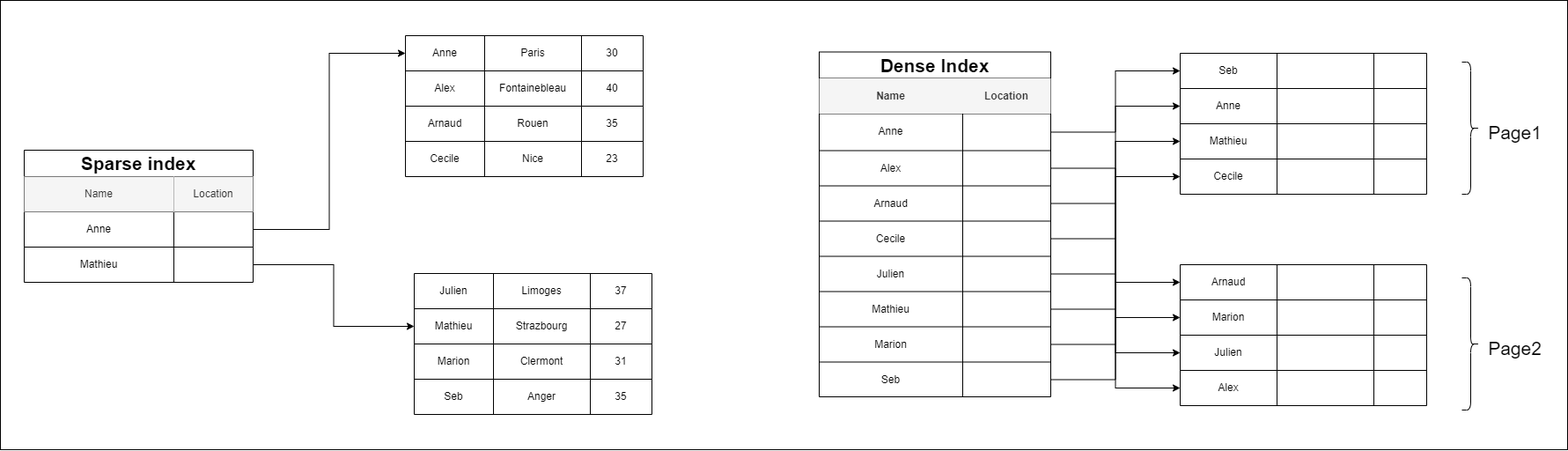
Earlier version of the draw.io export assets/images/mastering_clickhouse-sequential-file.png (HomeOfTheWizard/HomeOfTheWizard.github.io). Source tidied: cells renumbered, new cells last; positions are measured from the earlier drawing's top-left corner, leaving out a move shared by most shapes.
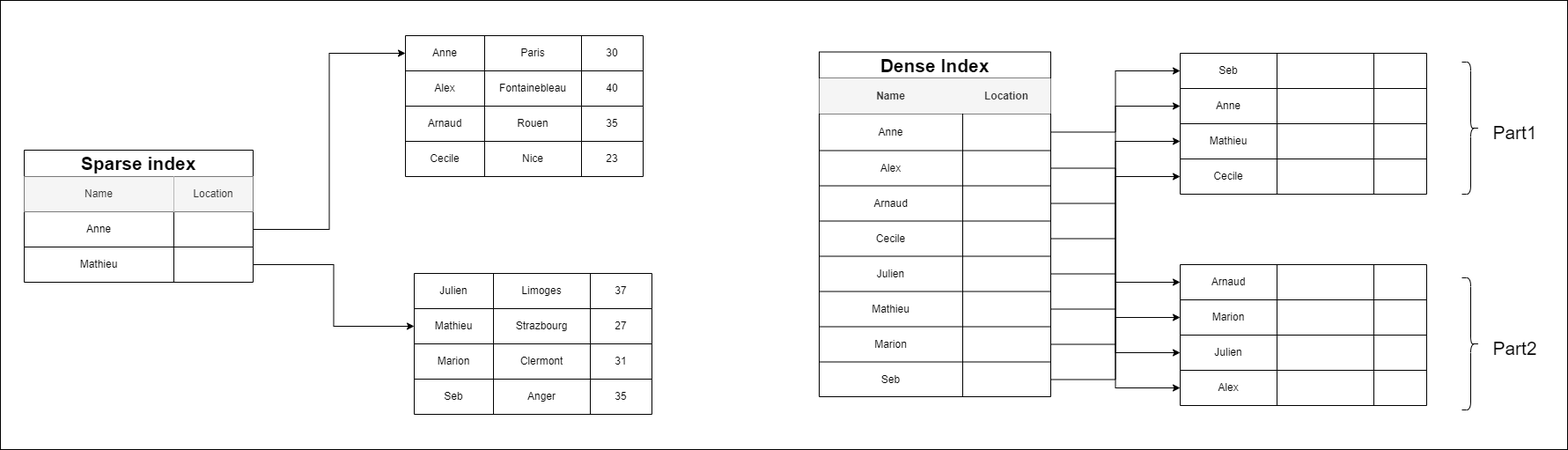
After the commit.

What changed in the source:
```diff
@@ -365,14 +365,14 @@
     <mxCell id="122" style="shape=curlyBracket;whiteSpace=wrap;html=1;rounded=1;labelBackgroundColor=none;fillColor=none;gradientColor=none;fontSize=21;size=0.5;direction=west;" parent="1" vertex="1">
       <mxGeometry x="1660" y="70" width="20" height="150" as="geometry" />
     </mxCell>
-    <mxCell id="123" value="Page1" style="text;html=1;align=center;verticalAlign=middle;fontSize=21;" parent="1" vertex="1">
-      <mxGeometry x="1680" y="135" width="80" height="30" as="geometry" />
+    <mxCell id="123" value="Part1" style="text;html=1;align=center;verticalAlign=middle;fontSize=21;" parent="1" vertex="1">
+      <mxGeometry x="1685" y="130" width="70" height="40" as="geometry" />
     </mxCell>
     <mxCell id="124" style="shape=curlyBracket;whiteSpace=wrap;html=1;rounded=1;labelBackgroundColor=none;fillColor=none;gradientColor=none;fontSize=21;size=0.5;direction=west;" parent="1" vertex="1">
       <mxGeometry x="1660" y="315" width="20" height="150" as="geometry" />
     </mxCell>
-    <mxCell id="125" value="Page2" style="text;html=1;align=center;verticalAlign=middle;fontSize=21;" parent="1" vertex="1">
-      <mxGeometry x="1680" y="380" width="80" height="30" as="geometry" />
+    <mxCell id="125" value="Part2" style="text;html=1;align=center;verticalAlign=middle;fontSize=21;" parent="1" vertex="1">
+      <mxGeometry x="1685" y="375" width="70" height="40" as="geometry" />
     </mxCell>
   </root>
 </mxGraphModel>
```
